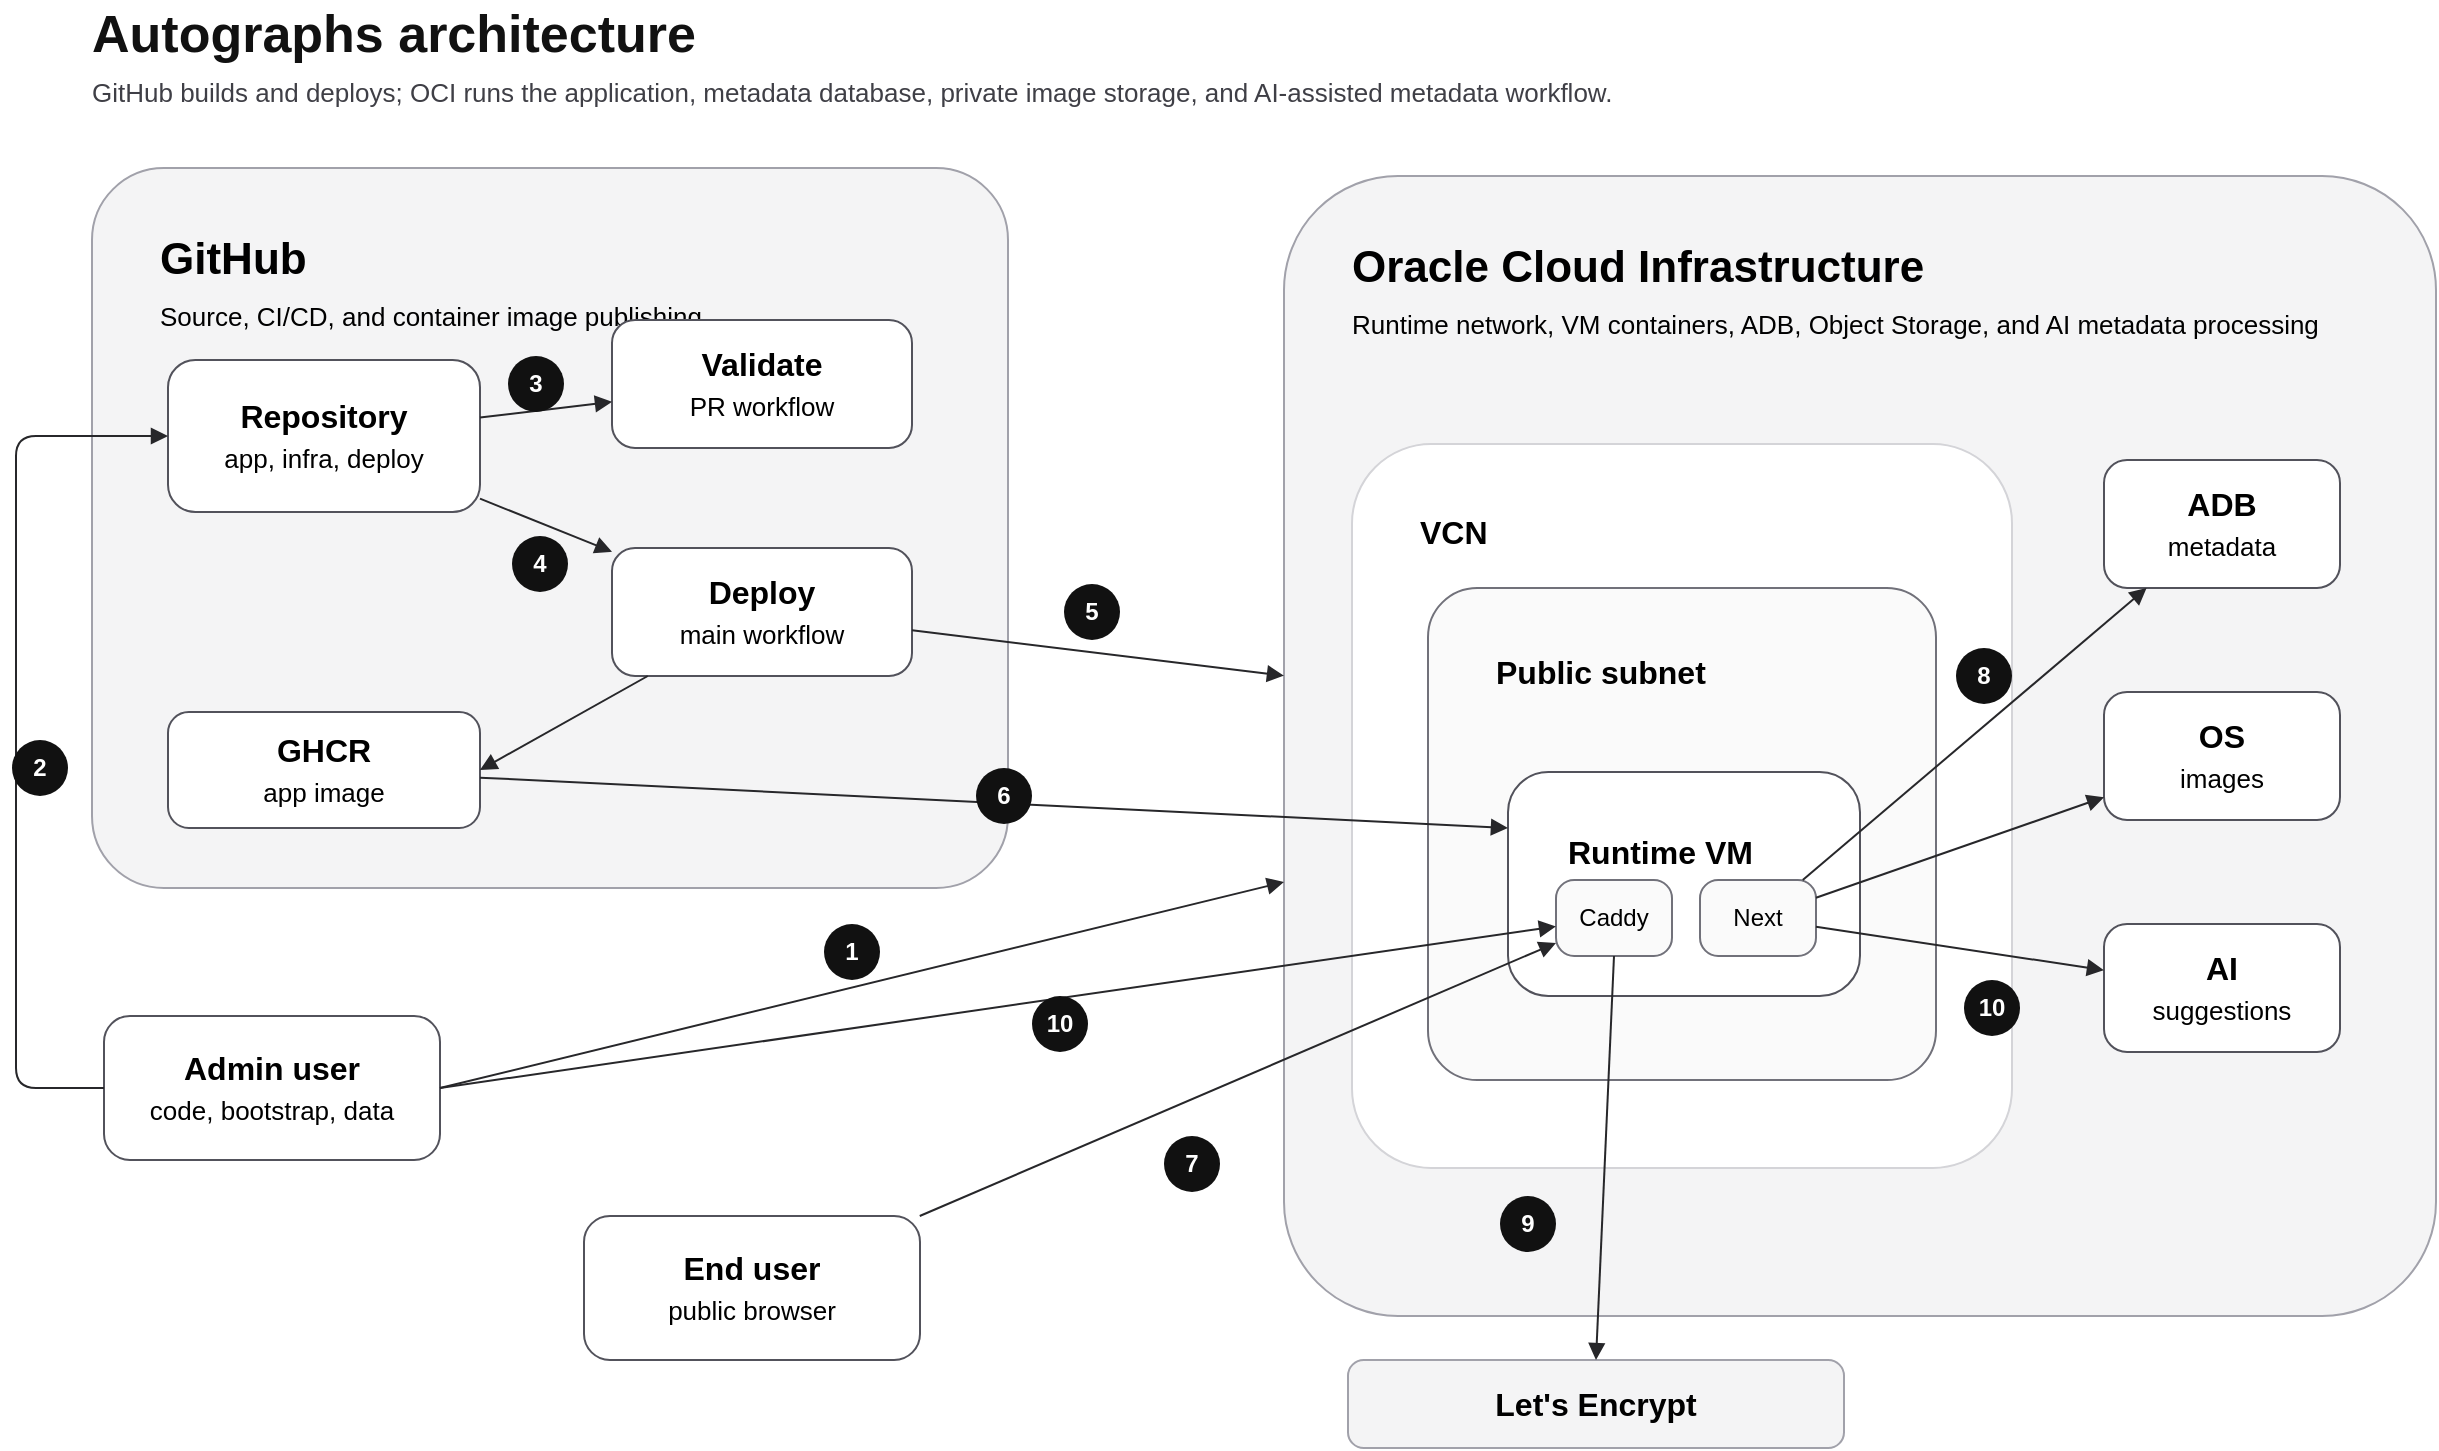
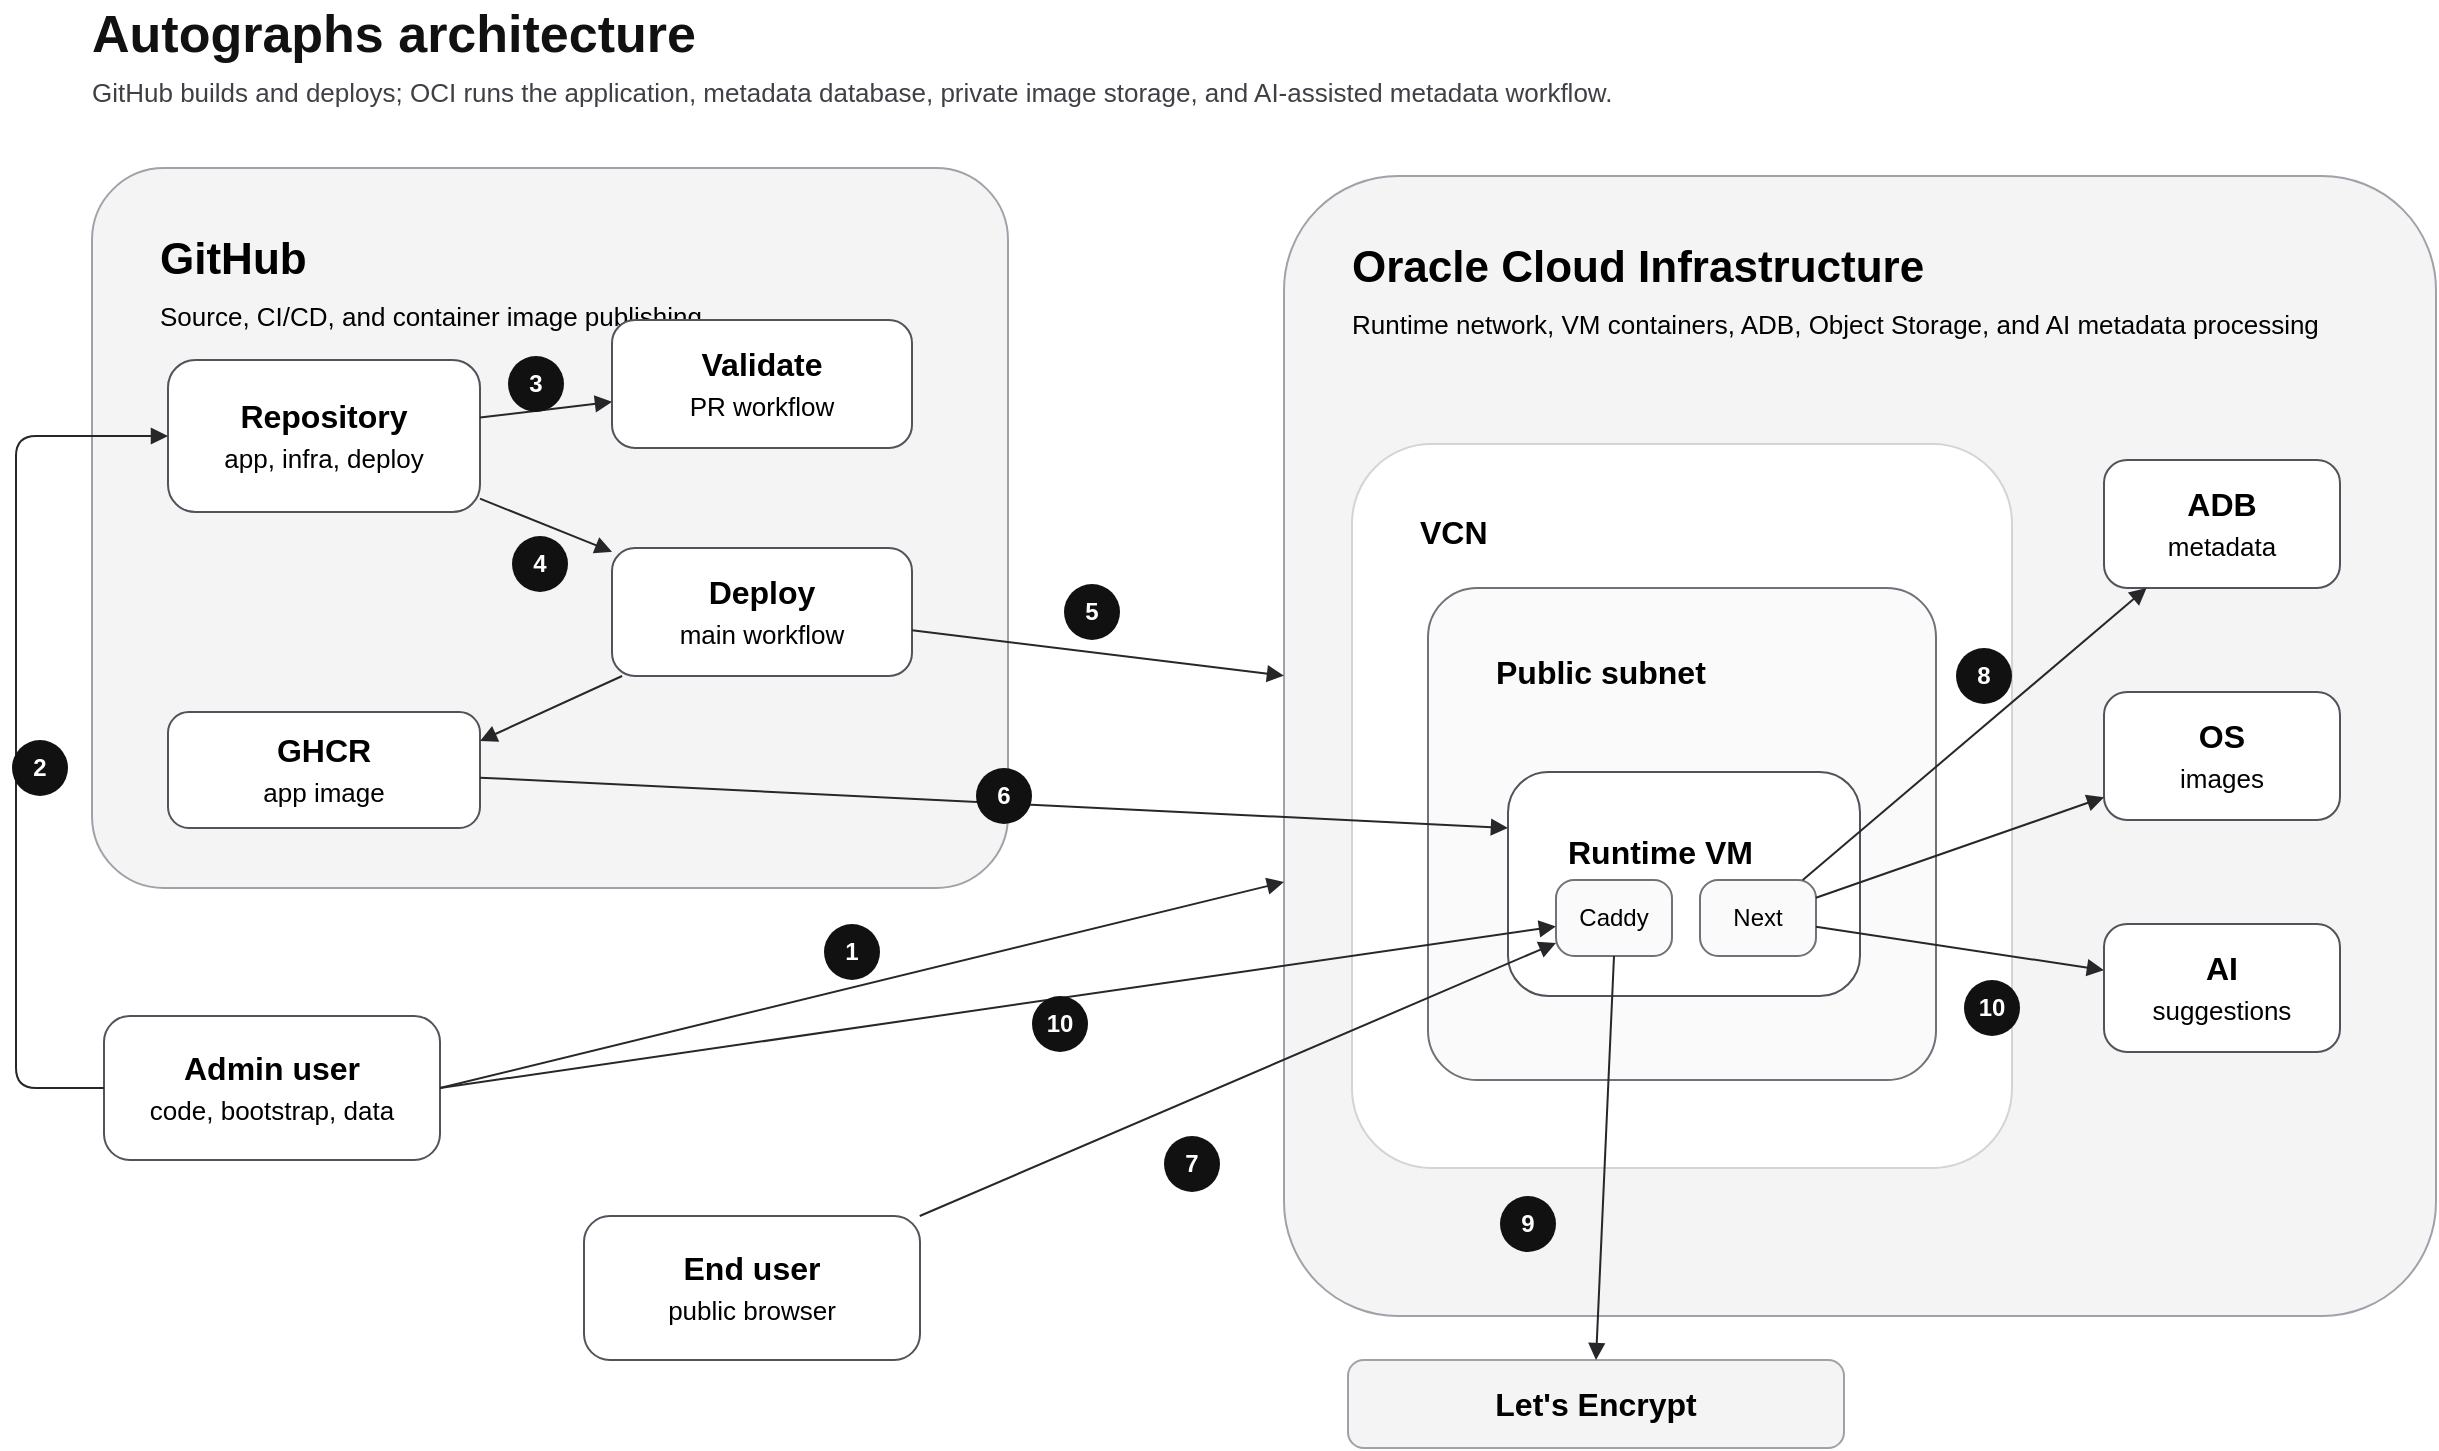
<mxfile host="app.diagrams.net" agent="Codex">
  <diagram id="autographs-simplified-architecture" name="Autographs Architecture">
    <mxGraphModel dx="1368" dy="734" grid="1" gridSize="10" guides="1" tooltips="1" connect="1" arrows="1" fold="1" page="1" pageScale="1" pageWidth="1280" pageHeight="760" math="0" shadow="0">
      <root>
        <mxCell id="0" />
        <mxCell id="1" parent="0" />
        <mxCell id="title" parent="1" style="text;html=1;strokeColor=none;fillColor=none;fontSize=26;fontStyle=1;fontColor=#111111;align=left;verticalAlign=middle;" value="Autographs architecture" vertex="1">
          <mxGeometry height="34" width="360" x="52" y="28" as="geometry" />
        </mxCell>
        <mxCell id="subtitle" parent="1" style="text;html=1;strokeColor=none;fillColor=none;fontSize=13;fontColor=#3f3f46;align=left;verticalAlign=middle;" value="GitHub builds and deploys; OCI runs the application, metadata database, private image storage, and AI-assisted metadata workflow." vertex="1">
          <mxGeometry height="24" width="790" x="52" y="62" as="geometry" />
        </mxCell>
        <mxCell id="github-zone" parent="1" style="rounded=1;whiteSpace=wrap;html=1;fillColor=#f4f4f5;strokeColor=#a1a1aa;fontStyle=1;fontSize=22;align=left;verticalAlign=top;spacingLeft=32;spacingTop=26;arcSize=10;" value="GitHub&lt;br&gt;&lt;font style=&quot;font-size: 13px; font-weight: 400;&quot;&gt;Source, CI/CD, and container image publishing&lt;/font&gt;" vertex="1">
          <mxGeometry height="360" width="458" x="54" y="112" as="geometry" />
        </mxCell>
        <mxCell id="repo" parent="1" style="rounded=1;whiteSpace=wrap;html=1;fillColor=#ffffff;strokeColor=#52525b;arcSize=18;fontSize=16;" value="&lt;b&gt;Repository&lt;/b&gt;&lt;br&gt;&lt;font style=&quot;font-size: 13px;&quot;&gt;app, infra, deploy&lt;/font&gt;" vertex="1">
          <mxGeometry height="76" width="156" x="92" y="208" as="geometry" />
        </mxCell>
        <mxCell id="validate" parent="1" style="rounded=1;whiteSpace=wrap;html=1;fillColor=#ffffff;strokeColor=#52525b;arcSize=18;fontSize=16;" value="&lt;b&gt;Validate&lt;/b&gt;&lt;br&gt;&lt;font style=&quot;font-size: 13px;&quot;&gt;PR workflow&lt;/font&gt;" vertex="1">
          <mxGeometry height="64" width="150" x="314" y="188" as="geometry" />
        </mxCell>
        <mxCell id="deploy" parent="1" style="rounded=1;whiteSpace=wrap;html=1;fillColor=#ffffff;strokeColor=#52525b;arcSize=18;fontSize=16;" value="&lt;b&gt;Deploy&lt;/b&gt;&lt;br&gt;&lt;font style=&quot;font-size: 13px;&quot;&gt;main workflow&lt;/font&gt;" vertex="1">
          <mxGeometry height="64" width="150" x="314" y="302" as="geometry" />
        </mxCell>
        <mxCell id="ghcr" parent="1" style="rounded=1;whiteSpace=wrap;html=1;fillColor=#ffffff;strokeColor=#52525b;arcSize=18;fontSize=16;" value="&lt;b&gt;GHCR&lt;/b&gt;&lt;br&gt;&lt;font style=&quot;font-size: 13px;&quot;&gt;app image&lt;/font&gt;" vertex="1">
          <mxGeometry height="58" width="156" x="92" y="384" as="geometry" />
        </mxCell>
        <mxCell id="admin" parent="1" style="rounded=1;whiteSpace=wrap;html=1;fillColor=#ffffff;strokeColor=#52525b;arcSize=18;fontSize=16;" value="&lt;b&gt;Admin user&lt;/b&gt;&lt;br&gt;&lt;font style=&quot;font-size: 13px;&quot;&gt;code, bootstrap, data&lt;/font&gt;" vertex="1">
          <mxGeometry height="72" width="168" x="60" y="536" as="geometry" />
        </mxCell>
        <mxCell id="end-user" parent="1" style="rounded=1;whiteSpace=wrap;html=1;fillColor=#ffffff;strokeColor=#52525b;arcSize=18;fontSize=16;" value="&lt;b&gt;End user&lt;/b&gt;&lt;br&gt;&lt;font style=&quot;font-size: 13px;&quot;&gt;public browser&lt;/font&gt;" vertex="1">
          <mxGeometry height="72" width="168" x="300" y="636" as="geometry" />
        </mxCell>
        <mxCell id="oci-zone" parent="1" style="rounded=1;whiteSpace=wrap;html=1;fillColor=#f4f4f5;strokeColor=#a1a1aa;fontStyle=1;fontSize=22;align=left;verticalAlign=top;spacingLeft=32;spacingTop=26;arcSize=10;" value="Oracle Cloud Infrastructure&lt;br&gt;&lt;font style=&quot;font-size: 13px; font-weight: 400;&quot;&gt;Runtime network, VM containers, ADB, Object Storage, and AI metadata processing&lt;/font&gt;" vertex="1">
          <mxGeometry height="570" width="576" x="650" y="116" as="geometry" />
        </mxCell>
        <mxCell id="vcn" parent="1" style="rounded=1;whiteSpace=wrap;html=1;fillColor=#ffffff;strokeColor=#d4d4d8;arcSize=12;fontSize=16;align=left;verticalAlign=top;spacingLeft=32;spacingTop=28;" value="&lt;b&gt;VCN&lt;/b&gt;" vertex="1">
          <mxGeometry height="362" width="330" x="684" y="250" as="geometry" />
        </mxCell>
        <mxCell id="subnet" parent="1" style="rounded=1;whiteSpace=wrap;html=1;fillColor=#fafafa;strokeColor=#71717a;arcSize=10;fontSize=16;align=left;verticalAlign=top;spacingLeft=32;spacingTop=26;" value="&lt;b&gt;Public subnet&lt;/b&gt;" vertex="1">
          <mxGeometry height="246" width="254" x="722" y="322" as="geometry" />
        </mxCell>
        <mxCell id="vm" parent="1" style="rounded=1;whiteSpace=wrap;html=1;fillColor=#ffffff;strokeColor=#52525b;arcSize=18;fontSize=16;align=left;verticalAlign=top;spacingLeft=28;spacingTop=24;" value="&lt;b&gt;Runtime VM&lt;/b&gt;" vertex="1">
          <mxGeometry height="112" width="176" x="762" y="414" as="geometry" />
        </mxCell>
        <mxCell id="caddy" parent="1" style="rounded=1;whiteSpace=wrap;html=1;fillColor=#fafafa;strokeColor=#71717a;arcSize=24;fontSize=12;" value="Caddy" vertex="1">
          <mxGeometry height="38" width="58" x="786" y="468" as="geometry" />
        </mxCell>
        <mxCell id="next" parent="1" style="rounded=1;whiteSpace=wrap;html=1;fillColor=#fafafa;strokeColor=#71717a;arcSize=24;fontSize=12;" value="Next" vertex="1">
          <mxGeometry height="38" width="58" x="858" y="468" as="geometry" />
        </mxCell>
        <mxCell id="adb" parent="1" style="rounded=1;whiteSpace=wrap;html=1;fillColor=#ffffff;strokeColor=#52525b;arcSize=18;fontSize=16;" value="&lt;b&gt;ADB&lt;/b&gt;&lt;br&gt;&lt;font style=&quot;font-size: 13px;&quot;&gt;metadata&lt;/font&gt;" vertex="1">
          <mxGeometry height="64" width="118" x="1060" y="258" as="geometry" />
        </mxCell>
        <mxCell id="object-storage" parent="1" style="rounded=1;whiteSpace=wrap;html=1;fillColor=#ffffff;strokeColor=#52525b;arcSize=18;fontSize=16;" value="&lt;b&gt;OS&lt;/b&gt;&lt;br&gt;&lt;font style=&quot;font-size: 13px;&quot;&gt;images&lt;/font&gt;" vertex="1">
          <mxGeometry height="64" width="118" x="1060" y="374" as="geometry" />
        </mxCell>
        <mxCell id="ai-processing" parent="1" style="rounded=1;whiteSpace=wrap;html=1;fillColor=#ffffff;strokeColor=#52525b;arcSize=18;fontSize=16;" value="&lt;b&gt;AI&lt;/b&gt;&lt;br&gt;&lt;font style=&quot;font-size: 13px;&quot;&gt;suggestions&lt;/font&gt;" vertex="1">
          <mxGeometry height="64" width="118" x="1060" y="490" as="geometry" />
        </mxCell>
        <mxCell id="lets-encrypt" parent="1" style="rounded=1;whiteSpace=wrap;html=1;fillColor=#f4f4f5;strokeColor=#a1a1aa;arcSize=18;fontSize=16;" value="&lt;b&gt;Let&#39;s Encrypt&lt;/b&gt;" vertex="1">
          <mxGeometry height="44" width="248" x="682" y="708" as="geometry" />
        </mxCell>
        <mxCell id="e-admin-repo" edge="1" parent="1" source="admin" style="endArrow=block;html=1;rounded=1;strokeColor=#27272a;strokeWidth=1;exitX=0;exitY=0.5;entryX=0;entryY=0.5;" target="repo">
          <mxGeometry relative="1" as="geometry">
            <Array as="points">
              <mxPoint x="16" y="572" />
              <mxPoint x="16" y="246" />
            </Array>
          </mxGeometry>
        </mxCell>
        <mxCell id="e-repo-validate" edge="1" parent="1" source="repo" style="endArrow=block;html=1;rounded=1;strokeColor=#27272a;strokeWidth=1;" target="validate">
          <mxGeometry relative="1" as="geometry" />
        </mxCell>
        <mxCell id="e-repo-deploy" edge="1" parent="1" source="repo" style="endArrow=block;html=1;rounded=1;strokeColor=#27272a;strokeWidth=1;" target="deploy">
          <mxGeometry relative="1" as="geometry" />
        </mxCell>
-         <mxCell id="e-deploy-ghcr" edge="1" parent="1" source="deploy" style="endArrow=block;html=1;rounded=1;strokeColor=#27272a;strokeWidth=1;entryX=1;entryY=0.5;entryDx=0;entryDy=0;" target="ghcr">
+         <mxCell id="e-deploy-ghcr" edge="1" parent="1" source="deploy" style="endArrow=block;html=1;rounded=1;strokeColor=#27272a;strokeWidth=1;entryX=1;entryY=0.25;entryDx=0;entryDy=0;" target="ghcr">
          <mxGeometry relative="1" as="geometry" />
        </mxCell>
        <mxCell id="e-deploy-oci" edge="1" parent="1" source="deploy" style="endArrow=block;html=1;rounded=1;strokeColor=#27272a;strokeWidth=1;" target="oci-zone">
          <mxGeometry relative="1" as="geometry" />
        </mxCell>
        <mxCell id="e-ghcr-vm" edge="1" parent="1" source="ghcr" style="endArrow=block;html=1;rounded=1;strokeColor=#27272a;strokeWidth=1;entryX=0;entryY=0.25;" target="vm">
          <mxGeometry relative="1" as="geometry" />
        </mxCell>
        <mxCell id="e-admin-oci" edge="1" parent="1" source="admin" style="endArrow=block;html=1;rounded=1;strokeColor=#27272a;strokeWidth=1;exitX=1;exitY=0.5;exitDx=0;exitDy=0;exitPerimeter=0;">
          <mxGeometry relative="1" as="geometry">
            <mxPoint x="228" y="572" as="sourcePoint" />
            <mxPoint x="650" y="469.0251889168767" as="targetPoint" />
          </mxGeometry>
        </mxCell>
        <mxCell id="e-user-caddy" edge="1" parent="1" source="end-user" style="endArrow=block;html=1;rounded=1;strokeColor=#27272a;strokeWidth=1;" target="caddy">
          <mxGeometry relative="1" as="geometry" />
        </mxCell>
        <mxCell id="e-admin-next" edge="1" parent="1" source="admin" style="endArrow=block;html=1;rounded=1;strokeColor=#27272a;strokeWidth=1;exitX=1;exitY=0.5;exitDx=0;exitDy=0;" target="caddy">
          <mxGeometry relative="1" as="geometry" />
        </mxCell>
        <mxCell id="e-next-adb" edge="1" parent="1" source="next" style="endArrow=block;html=1;rounded=1;strokeColor=#27272a;strokeWidth=1;" target="adb">
          <mxGeometry relative="1" as="geometry" />
        </mxCell>
        <mxCell id="e-next-os" edge="1" parent="1" source="next" style="endArrow=block;html=1;rounded=1;strokeColor=#27272a;strokeWidth=1;" target="object-storage">
          <mxGeometry relative="1" as="geometry" />
        </mxCell>
        <mxCell id="e-next-ai" edge="1" parent="1" source="next" style="endArrow=block;html=1;rounded=1;strokeColor=#27272a;strokeWidth=1;" target="ai-processing">
          <mxGeometry relative="1" as="geometry" />
        </mxCell>
        <mxCell id="e-caddy-le" edge="1" parent="1" source="caddy" style="endArrow=block;html=1;rounded=1;strokeColor=#27272a;strokeWidth=1;exitX=0.5;exitY=1;entryX=0.5;entryY=0;" target="lets-encrypt">
          <mxGeometry relative="1" as="geometry" />
        </mxCell>
        <mxCell id="n1" parent="1" style="ellipse;whiteSpace=wrap;html=1;aspect=fixed;fillColor=#111111;strokeColor=none;fontColor=#ffffff;fontSize=12;fontStyle=1;" value="1" vertex="1">
          <mxGeometry height="28" width="28" x="420" y="490" as="geometry" />
        </mxCell>
        <mxCell id="n2" parent="1" style="ellipse;whiteSpace=wrap;html=1;aspect=fixed;fillColor=#111111;strokeColor=none;fontColor=#ffffff;fontSize=12;fontStyle=1;" value="2" vertex="1">
          <mxGeometry height="28" width="28" x="14" y="398" as="geometry" />
        </mxCell>
        <mxCell id="n3" parent="1" style="ellipse;whiteSpace=wrap;html=1;aspect=fixed;fillColor=#111111;strokeColor=none;fontColor=#ffffff;fontSize=12;fontStyle=1;" value="3" vertex="1">
          <mxGeometry height="28" width="28" x="262" y="206" as="geometry" />
        </mxCell>
        <mxCell id="n4" parent="1" style="ellipse;whiteSpace=wrap;html=1;aspect=fixed;fillColor=#111111;strokeColor=none;fontColor=#ffffff;fontSize=12;fontStyle=1;" value="4" vertex="1">
          <mxGeometry height="28" width="28" x="264" y="296" as="geometry" />
        </mxCell>
        <mxCell id="n5" parent="1" style="ellipse;whiteSpace=wrap;html=1;aspect=fixed;fillColor=#111111;strokeColor=none;fontColor=#ffffff;fontSize=12;fontStyle=1;" value="5" vertex="1">
          <mxGeometry height="28" width="28" x="540" y="320" as="geometry" />
        </mxCell>
        <mxCell id="n6" parent="1" style="ellipse;whiteSpace=wrap;html=1;aspect=fixed;fillColor=#111111;strokeColor=none;fontColor=#ffffff;fontSize=12;fontStyle=1;" value="6" vertex="1">
          <mxGeometry height="28" width="28" x="496" y="412" as="geometry" />
        </mxCell>
        <mxCell id="n7" parent="1" style="ellipse;whiteSpace=wrap;html=1;aspect=fixed;fillColor=#111111;strokeColor=none;fontColor=#ffffff;fontSize=12;fontStyle=1;" value="7" vertex="1">
          <mxGeometry height="28" width="28" x="590" y="596" as="geometry" />
        </mxCell>
        <mxCell id="n8" parent="1" style="ellipse;whiteSpace=wrap;html=1;aspect=fixed;fillColor=#111111;strokeColor=none;fontColor=#ffffff;fontSize=12;fontStyle=1;" value="8" vertex="1">
          <mxGeometry height="28" width="28" x="986" y="352" as="geometry" />
        </mxCell>
        <mxCell id="n9" parent="1" style="ellipse;whiteSpace=wrap;html=1;aspect=fixed;fillColor=#111111;strokeColor=none;fontColor=#ffffff;fontSize=12;fontStyle=1;" value="9" vertex="1">
          <mxGeometry height="28" width="28" x="758" y="626" as="geometry" />
        </mxCell>
        <mxCell id="n10" parent="1" style="ellipse;whiteSpace=wrap;html=1;aspect=fixed;fillColor=#111111;strokeColor=none;fontColor=#ffffff;fontSize=12;fontStyle=1;" value="10" vertex="1">
          <mxGeometry height="28" width="28" x="524" y="526" as="geometry" />
        </mxCell>
        <mxCell id="53G5qgQ3t5_bfomiu4lQ-3" parent="1" style="ellipse;whiteSpace=wrap;html=1;aspect=fixed;fillColor=#111111;strokeColor=none;fontColor=#ffffff;fontSize=12;fontStyle=1;" value="10" vertex="1">
          <mxGeometry height="28" width="28" x="990" y="518" as="geometry" />
        </mxCell>
      </root>
    </mxGraphModel>
  </diagram>
</mxfile>
